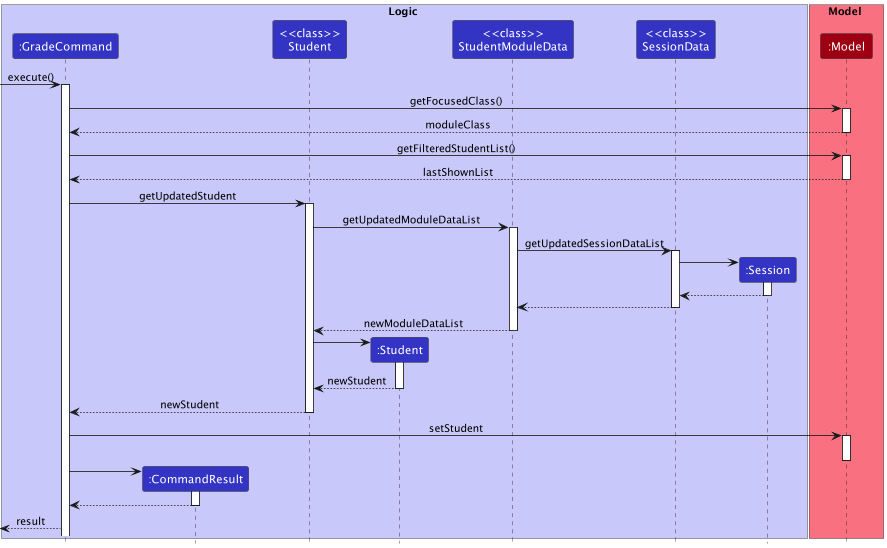
This is docs/images/GradeCommandSequenceDiagram.png from nus-cs2103-AY2223S1/tp, a PlantUML export, as it was before one commit. The source it was exported from:
```plantuml
@startuml
!include style.puml

box Logic LOGIC_COLOR_T1
participant ":GradeCommand" as GradeCommand LOGIC_COLOR
participant ":CommandResult" as CommandResult LOGIC_COLOR
participant "<<class>>\nStudent" as StudentC LOGIC_COLOR
participant ":Student" as Student LOGIC_COLOR
participant "<<class>>\nStudentModuleData" as SMD LOGIC_COLOR
participant "<<class>>\nSessionData" as SD LOGIC_COLOR
participant ":Session" as Session LOGIC_COLOR
end box

box Model MODEL_COLOR_T1
participant ":Model" as Model MODEL_COLOR
end box

[-> GradeCommand: execute()
activate GradeCommand

GradeCommand -> Model: getFocusedClass()
activate Model
Model --> GradeCommand: moduleClass
deactivate Model

GradeCommand -> Model: getFilteredStudentList()
activate Model
Model --> GradeCommand: lastShownList
deactivate Model

GradeCommand -> StudentC: getUpdatedStudent
activate StudentC

StudentC -> SMD: getUpdatedModuleDataList
activate SMD

SMD -> SD: getUpdatedSessionDataList
activate SD
create Session
SD -> Session
activate Session
Session --> SD
deactivate Session
SD --> SMD
deactivate SD


SMD --> StudentC: newModuleDataList
deactivate SMD

create Student
StudentC -> Student
activate Student
Student --> StudentC: newStudent
deactivate Student

StudentC --> GradeCommand: newStudent
deactivate StudentC

GradeCommand -> Model: setStudent
activate Model
deactivate Model

create CommandResult
GradeCommand -> CommandResult
activate CommandResult

CommandResult --> GradeCommand
deactivate CommandResult

GradeCommand -->[: result

@enduml
```
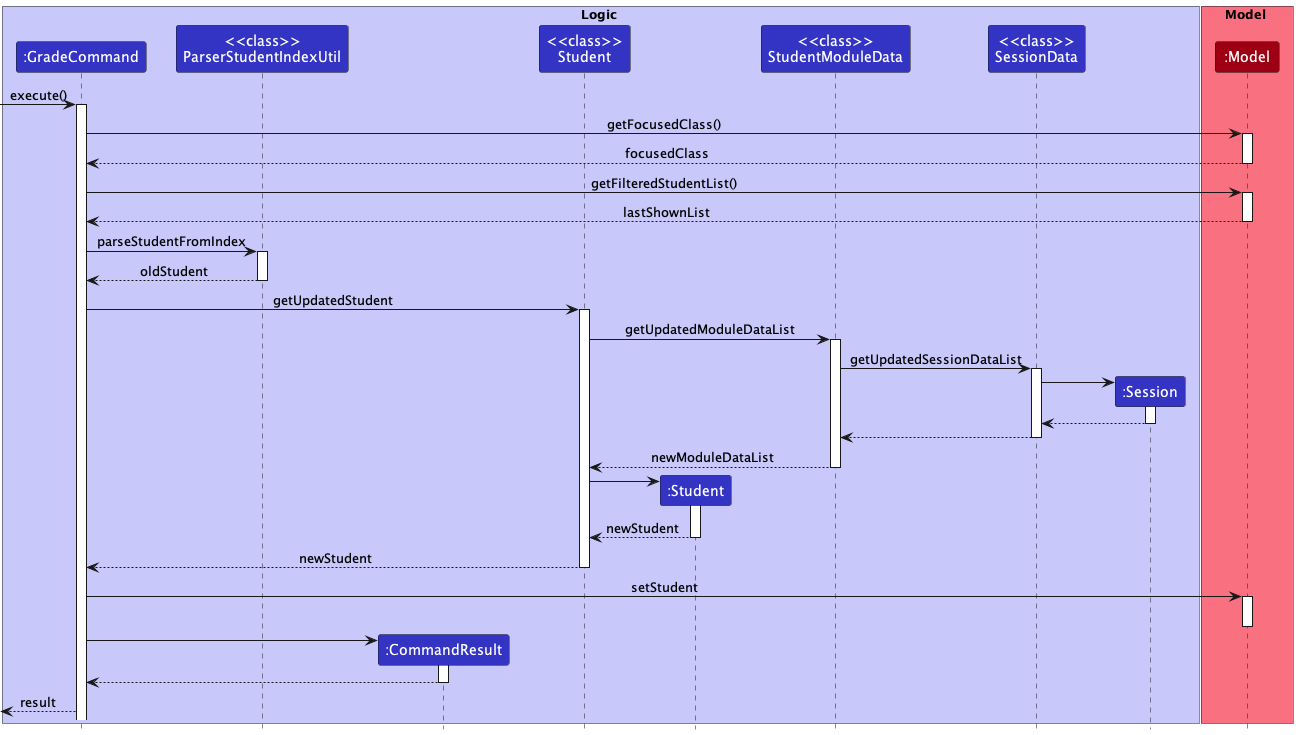
Above is the later version.

Change to the diagram source:
```diff
@@ -3,6 +3,7 @@
 
 box Logic LOGIC_COLOR_T1
 participant ":GradeCommand" as GradeCommand LOGIC_COLOR
+participant "<<class>>\nParserStudentIndexUtil" as Util LOGIC_COLOR
 participant ":CommandResult" as CommandResult LOGIC_COLOR
 participant "<<class>>\nStudent" as StudentC LOGIC_COLOR
 participant ":Student" as Student LOGIC_COLOR
@@ -20,13 +21,18 @@
 
 GradeCommand -> Model: getFocusedClass()
 activate Model
-Model --> GradeCommand: moduleClass
+Model --> GradeCommand: focusedClass
 deactivate Model
 
 GradeCommand -> Model: getFilteredStudentList()
 activate Model
 Model --> GradeCommand: lastShownList
 deactivate Model
+
+GradeCommand -> Util: parseStudentFromIndex
+activate Util
+Util --> GradeCommand: oldStudent
+deactivate Util
 
 GradeCommand -> StudentC: getUpdatedStudent
 activate StudentC
```
